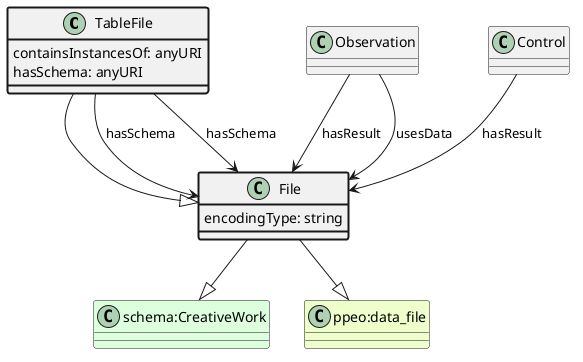
The PlantUML diagram ttl_uml/ttl_appn_TableFile.png in aus-plant-phenomics-network/appn-schema, before a commit.
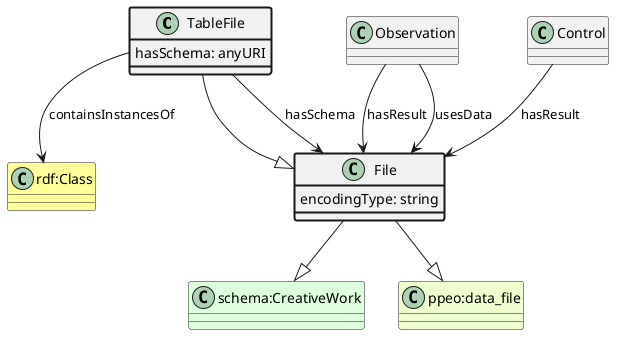
The same file after the commit.

The edit, as a diff of the source:
```diff
@@ -6,9 +6,8 @@
 class "ppeo:data_file" #EEFFCC
 File --|> "ppeo:data_file"
 TableFile --|> File
-class TableFile #line.bold {
-    containsInstancesOf: anyURI
-}
+class "rdf:Class" #FFFF99
+TableFile --> "rdf:Class" : containsInstancesOf
 class TableFile #line.bold {
     hasSchema: anyURI
 }
@@ -23,5 +22,4 @@
 class File #line.bold {
     encodingType: string
 }
-TableFile --> File : hasSchema
 @enduml
```
